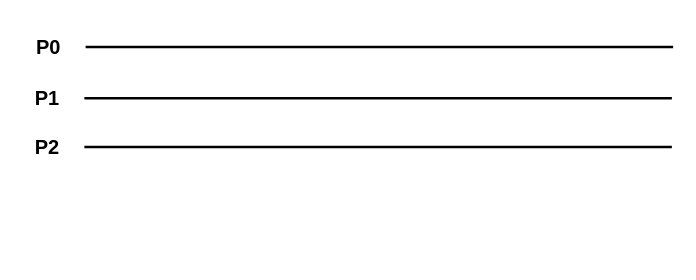
The draw.io diagram drawio/Untitled Diagram.drawio in ChaseHuangxu/UselessRepoForSave, before the edit. Source tidied: cells renumbered, new cells numbered last; positions are measured from the earlier drawing's top-left corner, leaving out a move shared by most shapes. Both pictures are drawn from the tidied source at 125%, with x=0, y=0 at pixel (21, 34).
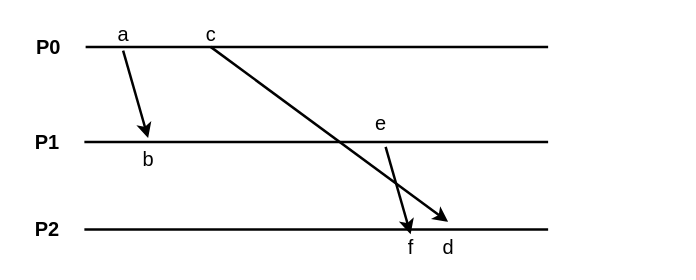
After the change.

What changed in the source:
```diff
@@
     <mxCell id="2" style="endArrow=none;html=1;rounded=0;strokeWidth=2;endFill=0;" parent="1" edge="1">
       <mxGeometry relative="1" as="geometry">
         <mxPoint x="51" y="10" as="sourcePoint" />
-        <mxPoint x="521" y="10" as="targetPoint" />
+        <mxPoint x="421" y="10" as="targetPoint" />
       </mxGeometry>
     </mxCell>
@@
     <mxCell id="4" style="endArrow=none;html=1;rounded=0;strokeWidth=2;endFill=0;" parent="1" edge="1">
       <mxGeometry relative="1" as="geometry">
-        <mxPoint x="50" y="51" as="sourcePoint" />
-        <mxPoint x="520" y="51" as="targetPoint" />
+        <mxPoint x="50" y="86" as="sourcePoint" />
+        <mxPoint x="421" y="86" as="targetPoint" />
       </mxGeometry>
     </mxCell>
+    <mxCell id="8" value="e" style="edgeLabel;html=1;align=center;verticalAlign=middle;fontSize=16;" parent="4" vertex="1">
+      <mxGeometry x="0.27" y="3" relative="1" as="geometry">
+        <mxPoint y="-13" as="offset" />
+      </mxGeometry>
+    </mxCell>
     <mxCell id="5" value="&lt;font style=&quot;font-size: 16px&quot;&gt;&lt;b&gt;P1&lt;/b&gt;&lt;/font&gt;" style="text;html=1;align=center;verticalAlign=middle;strokeColor=none;fillColor=none;" parent="1" vertex="1">
-      <mxGeometry y="41" width="40" height="20" as="geometry" />
+      <mxGeometry y="76" width="40" height="20" as="geometry" />
     </mxCell>
     <mxCell id="6" style="endArrow=none;html=1;rounded=0;strokeWidth=2;endFill=0;" parent="1" edge="1">
       <mxGeometry relative="1" as="geometry">
-        <mxPoint x="50" y="90" as="sourcePoint" />
-        <mxPoint x="520" y="90" as="targetPoint" />
+        <mxPoint x="50" y="156" as="sourcePoint" />
+        <mxPoint x="421" y="156" as="targetPoint" />
       </mxGeometry>
     </mxCell>
     <mxCell id="7" value="&lt;font style=&quot;font-size: 16px&quot;&gt;&lt;b&gt;P2&lt;/b&gt;&lt;/font&gt;" style="text;html=1;align=center;verticalAlign=middle;strokeColor=none;fillColor=none;" parent="1" vertex="1">
-      <mxGeometry y="80" width="40" height="20" as="geometry" />
+      <mxGeometry y="146" width="40" height="20" as="geometry" />
     </mxCell>
+    <mxCell id="9" style="endArrow=classic;html=1;rounded=0;fontSize=16;strokeWidth=2;" parent="1" edge="1">
+      <mxGeometry relative="1" as="geometry">
+        <mxPoint x="81" y="13" as="sourcePoint" />
+        <mxPoint x="101" y="83" as="targetPoint" />
+      </mxGeometry>
+    </mxCell>
+    <mxCell id="10" value="a" style="text;html=1;align=center;verticalAlign=middle;strokeColor=none;fillColor=none;fontSize=16;" parent="1" vertex="1">
+      <mxGeometry x="71" y="-10" width="20" height="20" as="geometry" />
+    </mxCell>
+    <mxCell id="11" value="b" style="text;html=1;align=center;verticalAlign=middle;strokeColor=none;fillColor=none;fontSize=16;" parent="1" vertex="1">
+      <mxGeometry x="91" y="90" width="20" height="20" as="geometry" />
+    </mxCell>
+    <mxCell id="12" value="c" style="text;html=1;align=center;verticalAlign=middle;strokeColor=none;fillColor=none;fontSize=16;" parent="1" vertex="1">
+      <mxGeometry x="141" y="-10" width="20" height="20" as="geometry" />
+    </mxCell>
+    <mxCell id="13" style="endArrow=classic;html=1;rounded=0;fontSize=16;strokeWidth=2;" parent="1" edge="1">
+      <mxGeometry relative="1" as="geometry">
+        <mxPoint x="151" y="10" as="sourcePoint" />
+        <mxPoint x="341" y="150" as="targetPoint" />
+      </mxGeometry>
+    </mxCell>
+    <mxCell id="14" value="d" style="text;html=1;align=center;verticalAlign=middle;strokeColor=none;fillColor=none;fontSize=16;" parent="1" vertex="1">
+      <mxGeometry x="331" y="160" width="20" height="20" as="geometry" />
+    </mxCell>
+    <mxCell id="15" style="endArrow=classic;html=1;rounded=0;fontSize=16;strokeWidth=2;" parent="1" edge="1">
+      <mxGeometry relative="1" as="geometry">
+        <mxPoint x="291" y="90" as="sourcePoint" />
+        <mxPoint x="311" y="160" as="targetPoint" />
+      </mxGeometry>
+    </mxCell>
+    <mxCell id="16" value="f" style="text;html=1;align=center;verticalAlign=middle;strokeColor=none;fillColor=none;fontSize=16;" parent="1" vertex="1">
+      <mxGeometry x="301" y="160" width="20" height="20" as="geometry" />
+    </mxCell>
```
